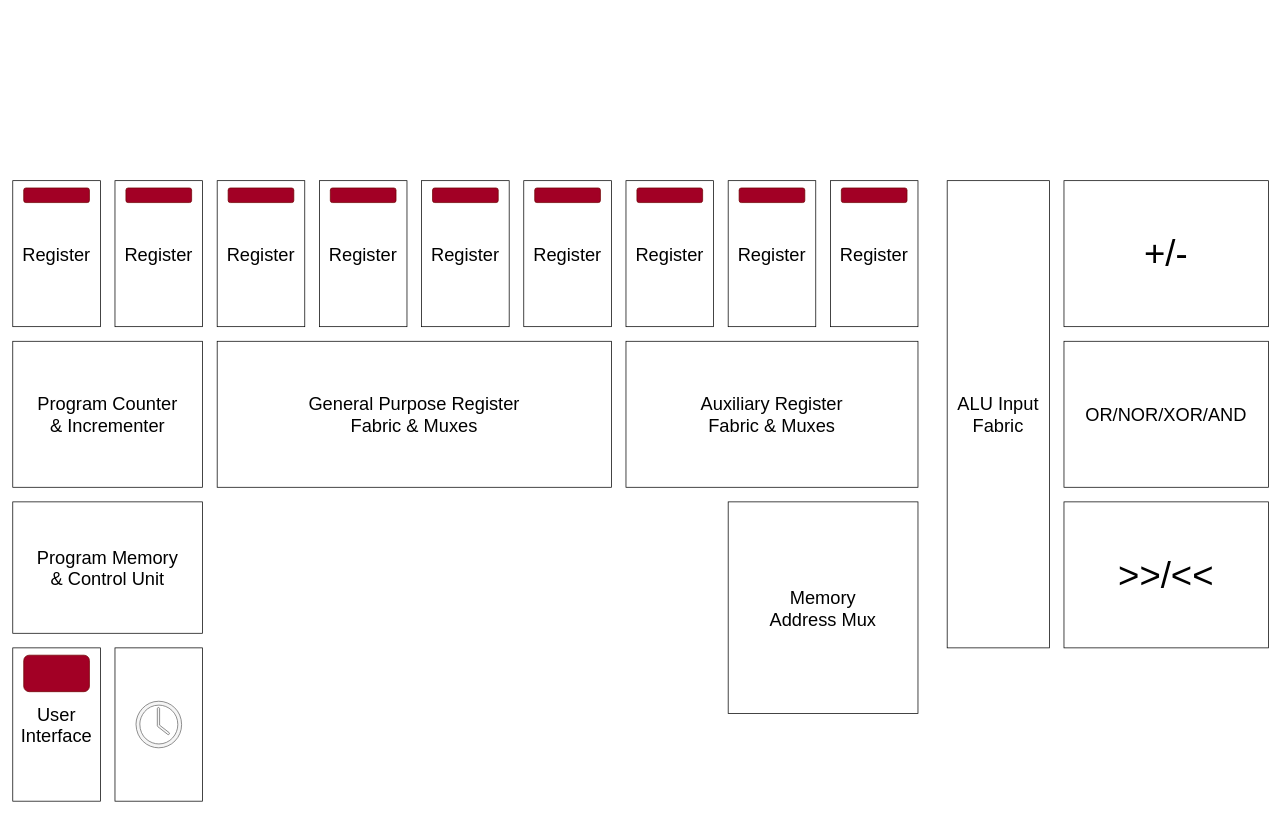
Earlier version of the draw.io diagram hardware/documentation/layout.dio (kantholz44mm/cpu). Source tidied: cells renumbered, new cells numbered last; positions are measured from the earlier drawing's top-left corner, leaving out a move shared by most shapes. Both pictures are drawn from the tidied source at 73%, with x=0, y=0 at pixel (12, 180).
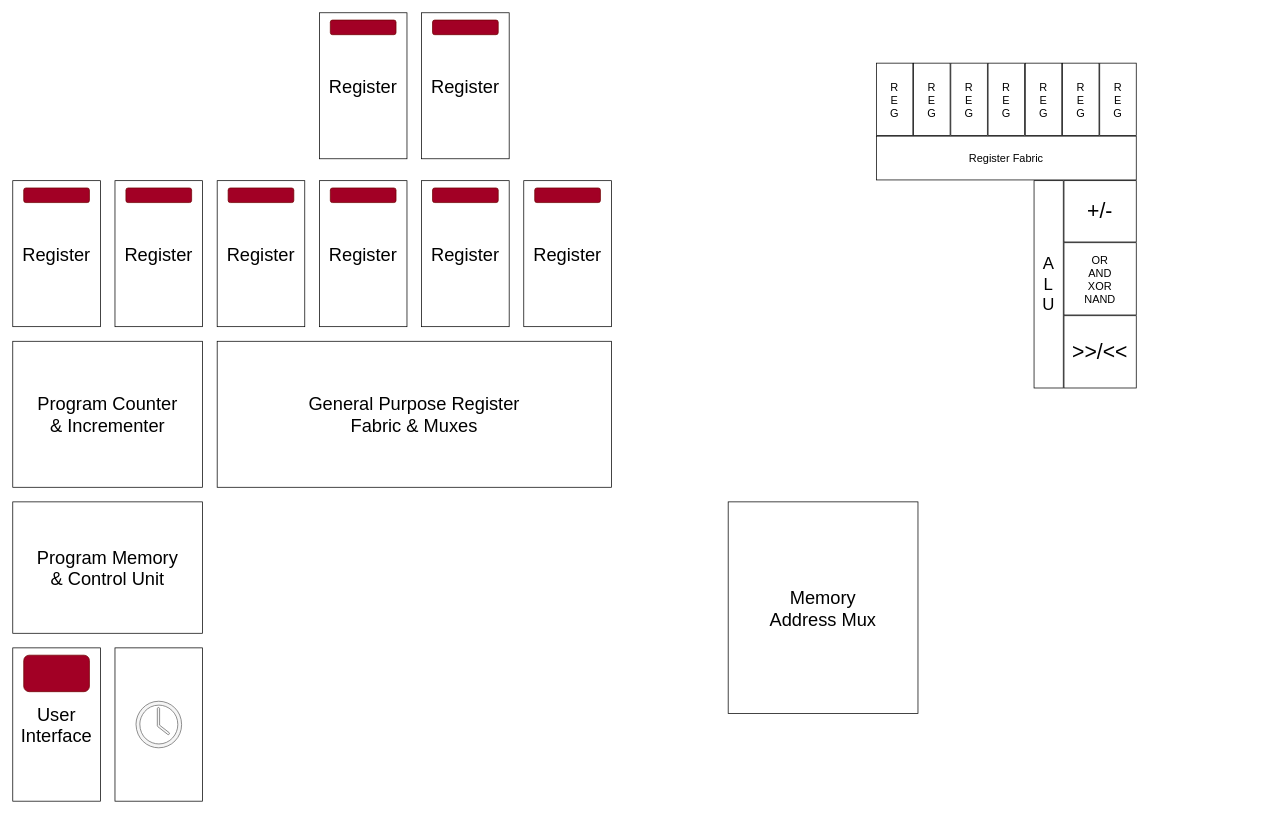
The same diagram, later.

Change to the diagram source:
```diff
@@
     <mxCell id="14" value="Register" style="rounded=0;whiteSpace=wrap;html=1;fontSize=25;" parent="1" vertex="1">
-      <mxGeometry x="840" width="120" height="200" as="geometry" />
+      <mxGeometry x="420" y="-230" width="120" height="200" as="geometry" />
     </mxCell>
     <mxCell id="15" style="rounded=1;whiteSpace=wrap;html=1;fillColor=#a20025;fontColor=#ffffff;strokeColor=#6F0000;" parent="1" vertex="1">
-      <mxGeometry x="855" y="10" width="90" height="20" as="geometry" />
+      <mxGeometry x="435" y="-220" width="90" height="20" as="geometry" />
     </mxCell>
     <mxCell id="16" value="Register" style="rounded=0;whiteSpace=wrap;html=1;fontSize=25;" parent="1" vertex="1">
-      <mxGeometry x="980" width="120" height="200" as="geometry" />
+      <mxGeometry x="560" y="-230" width="120" height="200" as="geometry" />
     </mxCell>
     <mxCell id="17" style="rounded=1;whiteSpace=wrap;html=1;fillColor=#a20025;fontColor=#ffffff;strokeColor=#6F0000;" parent="1" vertex="1">
-      <mxGeometry x="995" y="10" width="90" height="20" as="geometry" />
+      <mxGeometry x="575" y="-220" width="90" height="20" as="geometry" />
     </mxCell>
-    <mxCell id="18" value="Register" style="rounded=0;whiteSpace=wrap;html=1;fontSize=25;" parent="1" vertex="1">
-      <mxGeometry x="1120" width="120" height="200" as="geometry" />
+    <mxCell id="18" value="R&lt;div&gt;E&lt;/div&gt;&lt;div&gt;G&lt;/div&gt;" style="rounded=0;whiteSpace=wrap;html=1;fontSize=15;" parent="1" vertex="1">
+      <mxGeometry x="1489" y="-161" width="50" height="99" as="geometry" />
     </mxCell>
-    <mxCell id="19" style="rounded=1;whiteSpace=wrap;html=1;fillColor=#a20025;fontColor=#ffffff;strokeColor=#6F0000;" parent="1" vertex="1">
-      <mxGeometry x="1135" y="10" width="90" height="20" as="geometry" />
-    </mxCell>
@@
-    <mxCell id="22" value="&lt;font style=&quot;font-size: 50px;&quot;&gt;+/-&lt;/font&gt;" style="rounded=0;whiteSpace=wrap;html=1;fontSize=40;" parent="1" vertex="1">
-      <mxGeometry x="1440" width="280" height="200" as="geometry" />
+    <mxCell id="22" value="&lt;font&gt;+/-&lt;/font&gt;" style="rounded=0;whiteSpace=wrap;html=1;fontSize=29;" parent="1" vertex="1">
+      <mxGeometry x="1440" width="99" height="84" as="geometry" />
     </mxCell>
-    <mxCell id="23" value="OR/NOR/XOR/AND" style="rounded=0;whiteSpace=wrap;html=1;fontSize=25;" parent="1" vertex="1">
-      <mxGeometry x="1440" y="220" width="280" height="200" as="geometry" />
+    <mxCell id="23" value="OR&lt;div&gt;AND&lt;/div&gt;&lt;div&gt;XOR&lt;/div&gt;&lt;div&gt;NAND&lt;/div&gt;" style="rounded=0;whiteSpace=wrap;html=1;fontSize=15;" parent="1" vertex="1">
+      <mxGeometry x="1440" y="85" width="99" height="99" as="geometry" />
     </mxCell>
-    <mxCell id="24" value="&lt;font style=&quot;font-size: 50px;&quot;&gt;&amp;gt;&amp;gt;/&amp;lt;&amp;lt;&lt;/font&gt;" style="rounded=0;whiteSpace=wrap;html=1;fontSize=25;" parent="1" vertex="1">
-      <mxGeometry x="1440" y="440" width="280" height="200" as="geometry" />
+    <mxCell id="24" value="&lt;font&gt;&amp;gt;&amp;gt;/&amp;lt;&amp;lt;&lt;/font&gt;" style="rounded=0;whiteSpace=wrap;html=1;fontSize=29;" parent="1" vertex="1">
+      <mxGeometry x="1440" y="185" width="99" height="99" as="geometry" />
     </mxCell>
-    <mxCell id="25" value="ALU Input&lt;br&gt;Fabric" style="rounded=0;whiteSpace=wrap;html=1;fontSize=25;" parent="1" vertex="1">
-      <mxGeometry x="1280" width="140" height="640" as="geometry" />
+    <mxCell id="25" value="A&lt;div&gt;L&lt;/div&gt;&lt;div&gt;U&lt;/div&gt;" style="rounded=0;whiteSpace=wrap;html=1;fontSize=23;" parent="1" vertex="1">
+      <mxGeometry x="1399" width="40" height="284" as="geometry" />
     </mxCell>
@@
-    <mxCell id="32" value="Auxiliary Register&lt;br&gt;Fabric &amp;amp; Muxes" style="rounded=0;whiteSpace=wrap;html=1;fontSize=25;spacingTop=0;spacingLeft=0;" parent="1" vertex="1">
-      <mxGeometry x="840" y="220" width="400" height="200" as="geometry" />
+    <mxCell id="32" value="R&lt;div&gt;E&lt;/div&gt;&lt;div&gt;G&lt;/div&gt;" style="rounded=0;whiteSpace=wrap;html=1;fontSize=15;" parent="1" vertex="1">
+      <mxGeometry x="1438" y="-161" width="50" height="99" as="geometry" />
     </mxCell>
+    <mxCell id="33" value="R&lt;div&gt;E&lt;/div&gt;&lt;div&gt;G&lt;/div&gt;" style="rounded=0;whiteSpace=wrap;html=1;fontSize=15;" parent="1" vertex="1">
+      <mxGeometry x="1387" y="-161" width="50" height="99" as="geometry" />
+    </mxCell>
+    <mxCell id="34" value="R&lt;div&gt;E&lt;/div&gt;&lt;div&gt;G&lt;/div&gt;" style="rounded=0;whiteSpace=wrap;html=1;fontSize=15;" parent="1" vertex="1">
+      <mxGeometry x="1336" y="-161" width="50" height="99" as="geometry" />
+    </mxCell>
+    <mxCell id="35" value="R&lt;div&gt;E&lt;/div&gt;&lt;div&gt;G&lt;/div&gt;" style="rounded=0;whiteSpace=wrap;html=1;fontSize=15;" parent="1" vertex="1">
+      <mxGeometry x="1285" y="-161" width="50" height="99" as="geometry" />
+    </mxCell>
+    <mxCell id="36" value="R&lt;div&gt;E&lt;/div&gt;&lt;div&gt;G&lt;/div&gt;" style="rounded=0;whiteSpace=wrap;html=1;fontSize=15;" parent="1" vertex="1">
+      <mxGeometry x="1234" y="-161" width="50" height="99" as="geometry" />
+    </mxCell>
+    <mxCell id="37" value="R&lt;div&gt;E&lt;/div&gt;&lt;div&gt;G&lt;/div&gt;" style="rounded=0;whiteSpace=wrap;html=1;fontSize=15;" parent="1" vertex="1">
+      <mxGeometry x="1183" y="-161" width="50" height="99" as="geometry" />
+    </mxCell>
+    <mxCell id="38" value="Register Fabric" style="rounded=0;whiteSpace=wrap;html=1;fontSize=15;" parent="1" vertex="1">
+      <mxGeometry x="1183" y="-61" width="356" height="60" as="geometry" />
+    </mxCell>
```
